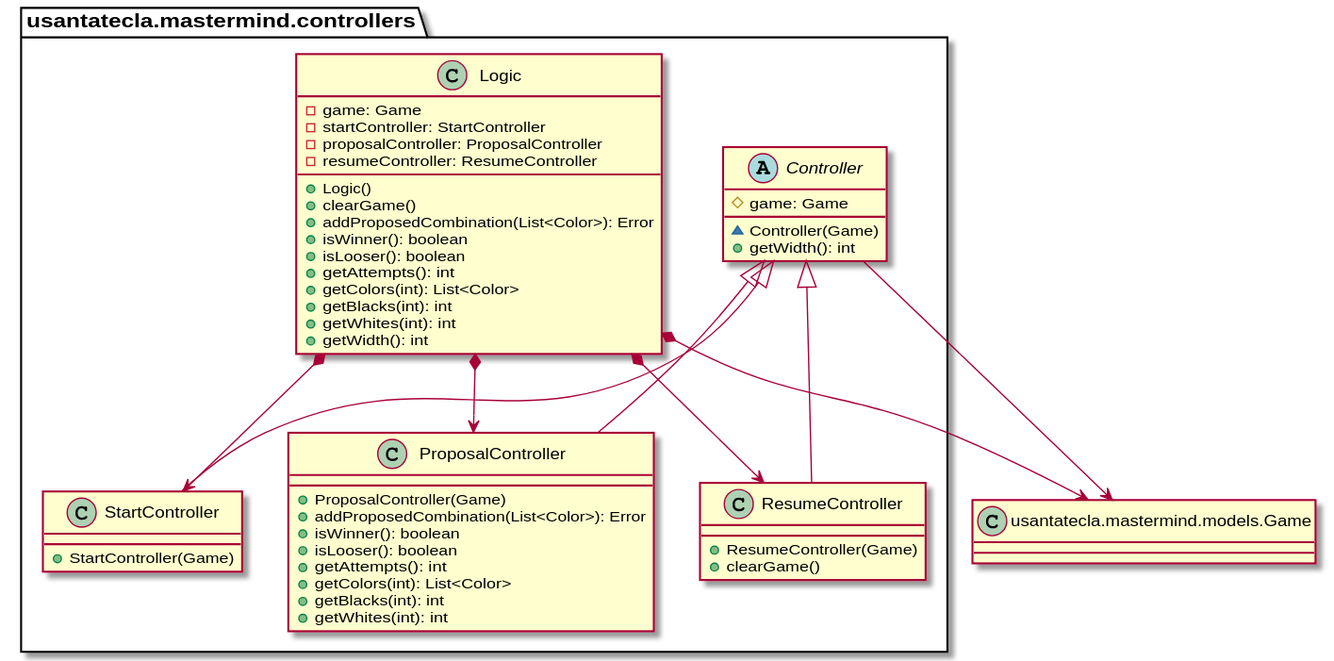
Above: modelViewPresenter/presentationModel/withFacade/docs/diagrams/out/paquetes/usantatecla.mastermind.controllers.svg in SantaTecla-mastermind/solution.java.swing.socket.sql (PlantUML), before the change.
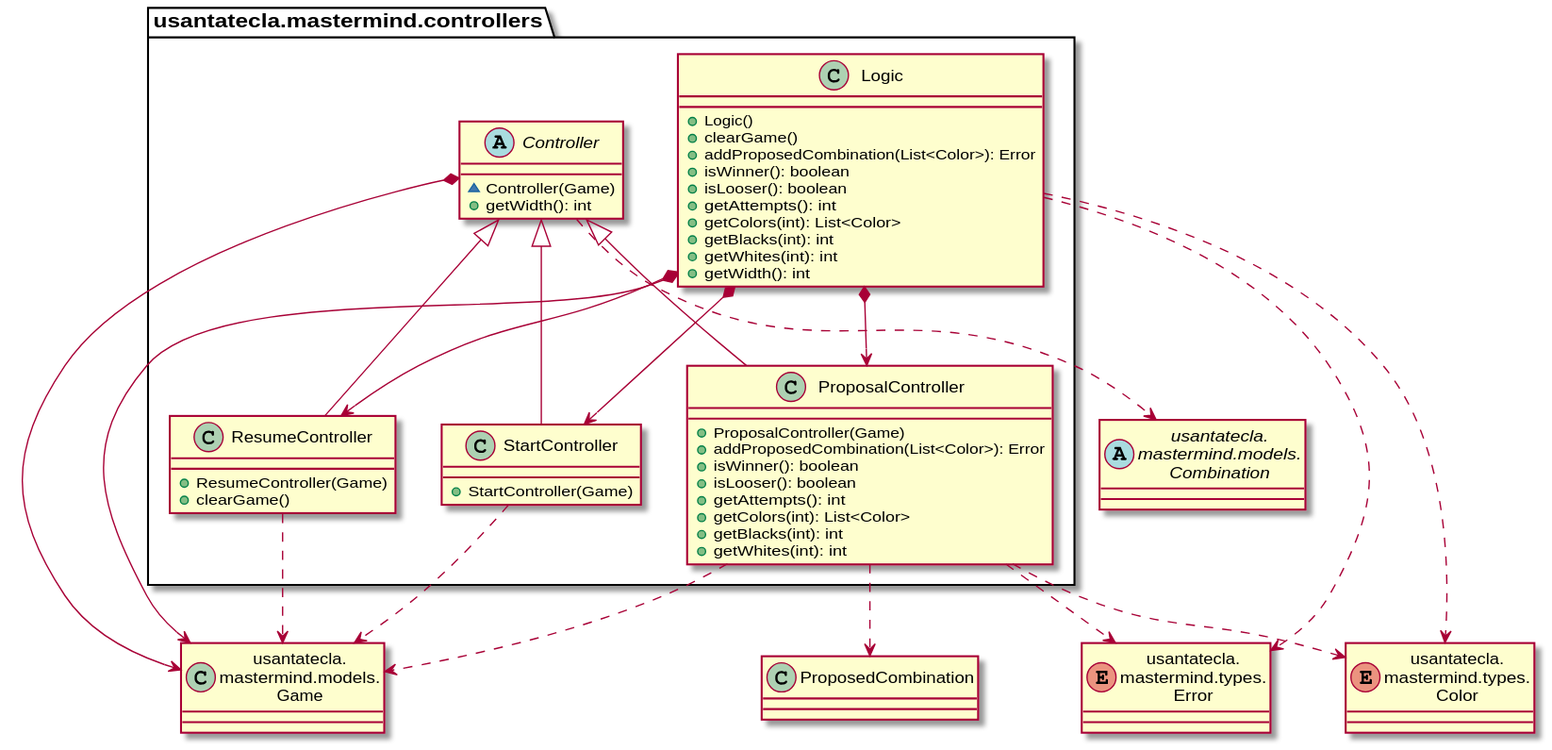
Later version of the same file.

What changed in the source:
```diff
@@ -1,57 +1,61 @@
 @startuml
-class Game as "usantatecla.mastermind.models.Game" {
-
-
-}
+class Game as "usantatecla.\nmastermind.models.\nGame"
+abstract class Combination as "usantatecla.\nmastermind.models.\nCombination"
+enum Error as "usantatecla.\nmastermind.types.\nError"
+enum Color as "usantatecla.\nmastermind.types.\nColor"
 
 abstract class  usantatecla.mastermind.controllers.Controller{
-# game: Game
-~ Controller(Game)
-+ getWidth(): int
+    ~ Controller(Game)
+    + getWidth(): int
 }
-usantatecla.mastermind.controllers.Controller -down-> Game
+usantatecla.mastermind.controllers.Controller *-down-> Game
+usantatecla.mastermind.controllers.Controller .down.> Combination
 
 class  usantatecla.mastermind.controllers.Logic{
-- game: Game
-- startController: StartController
-- proposalController: ProposalController
-- resumeController: ResumeController
-+ Logic()
-+ clearGame()
-+ addProposedCombination(List<Color>): Error
-+ isWinner(): boolean
-+ isLooser(): boolean
-+ getAttempts(): int
-+ getColors(int): List<Color>
-+ getBlacks(int): int
-+ getWhites(int): int
-+ getWidth(): int
+    + Logic()
+    + clearGame()
+    + addProposedCombination(List<Color>): Error
+    + isWinner(): boolean
+    + isLooser(): boolean
+    + getAttempts(): int
+    + getColors(int): List<Color>
+    + getBlacks(int): int
+    + getWhites(int): int
+    + getWidth(): int
 }
 usantatecla.mastermind.controllers.Logic *-down-> usantatecla.mastermind.controllers.ResumeController
 usantatecla.mastermind.controllers.Logic *-down-> usantatecla.mastermind.controllers.StartController
 usantatecla.mastermind.controllers.Logic *-down-> usantatecla.mastermind.controllers.ProposalController
 usantatecla.mastermind.controllers.Logic *-down-> Game
+usantatecla.mastermind.controllers.Logic .down.> Color
+usantatecla.mastermind.controllers.Logic .down.> Error
 
 class  usantatecla.mastermind.controllers.ProposalController{
-+ ProposalController(Game)
-+ addProposedCombination(List<Color>): Error
-+ isWinner(): boolean
-+ isLooser(): boolean
-+ getAttempts(): int
-+ getColors(int): List<Color>
-+ getBlacks(int): int
-+ getWhites(int): int
+    + ProposalController(Game)
+    + addProposedCombination(List<Color>): Error
+    + isWinner(): boolean
+    + isLooser(): boolean
+    + getAttempts(): int
+    + getColors(int): List<Color>
+    + getBlacks(int): int
+    + getWhites(int): int
 }
 usantatecla.mastermind.controllers.Controller <|-down- usantatecla.mastermind.controllers.ProposalController
+usantatecla.mastermind.controllers.ProposalController .down.> Game
+usantatecla.mastermind.controllers.ProposalController .down.> ProposedCombination
+usantatecla.mastermind.controllers.ProposalController .down.> Color
+usantatecla.mastermind.controllers.ProposalController .down.> Error
 
 class  usantatecla.mastermind.controllers.ResumeController{
-+ ResumeController(Game)
-+ clearGame()
+    + ResumeController(Game)
+    + clearGame()
 }
 usantatecla.mastermind.controllers.Controller <|-down- usantatecla.mastermind.controllers.ResumeController
+usantatecla.mastermind.controllers.ResumeController .down.> Game
 
 class  usantatecla.mastermind.controllers.StartController{
-+ StartController(Game)
+    + StartController(Game)
 }
 usantatecla.mastermind.controllers.Controller <|-down- usantatecla.mastermind.controllers.StartController
+usantatecla.mastermind.controllers.StartController .down.> Game
 @enduml
```
